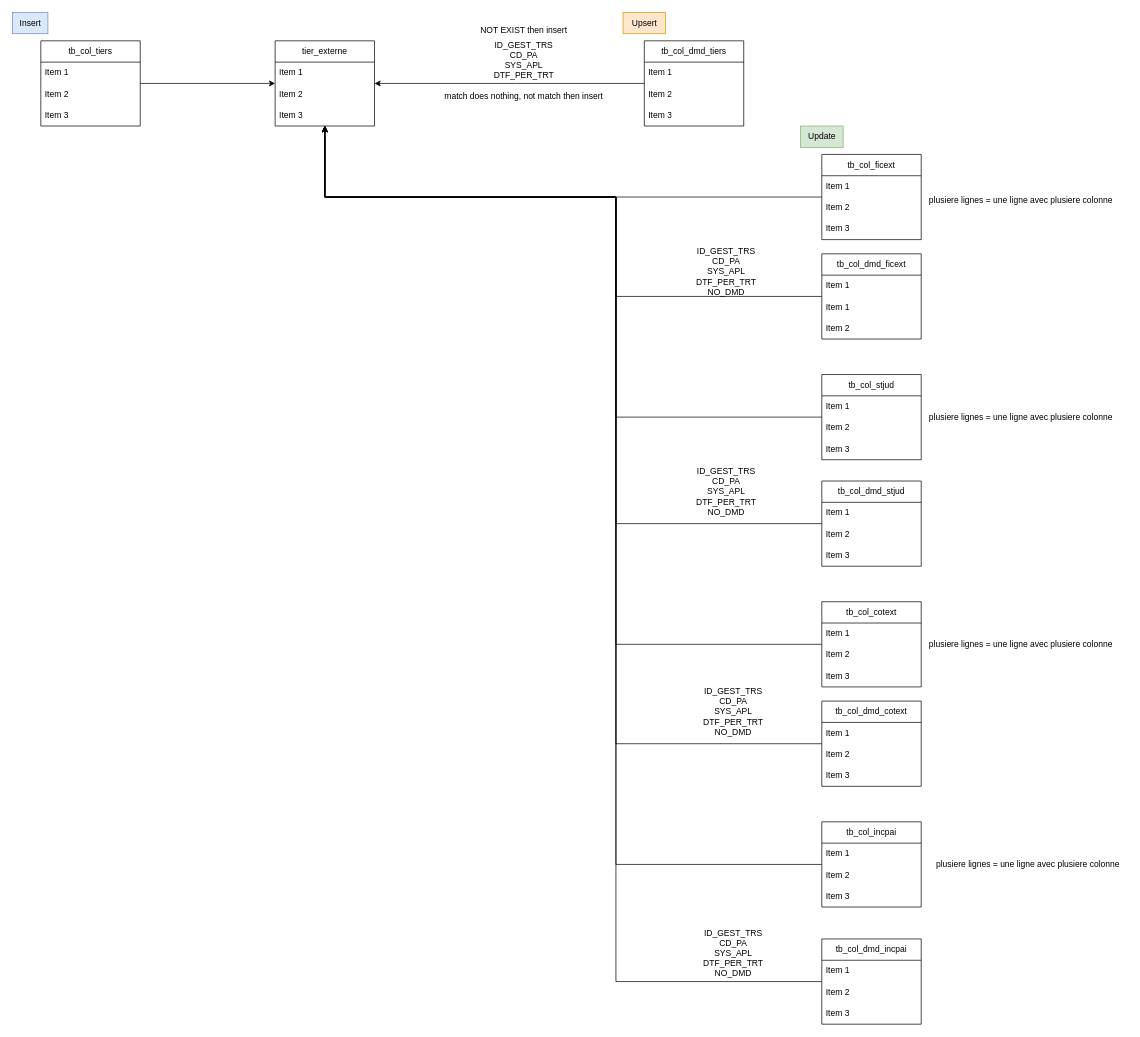
The draw.io diagram page "tiers_externe" (4 of 5) of schema_laurent.drawio in wunyu/drawio, before the edit. Source tidied: cells renumbered, new cells numbered last; positions are measured from the earlier drawing's top-left corner, leaving out a move shared by most shapes. Both pictures are drawn from the tidied source at 71%, with x=0, y=0 at pixel (12, 12).
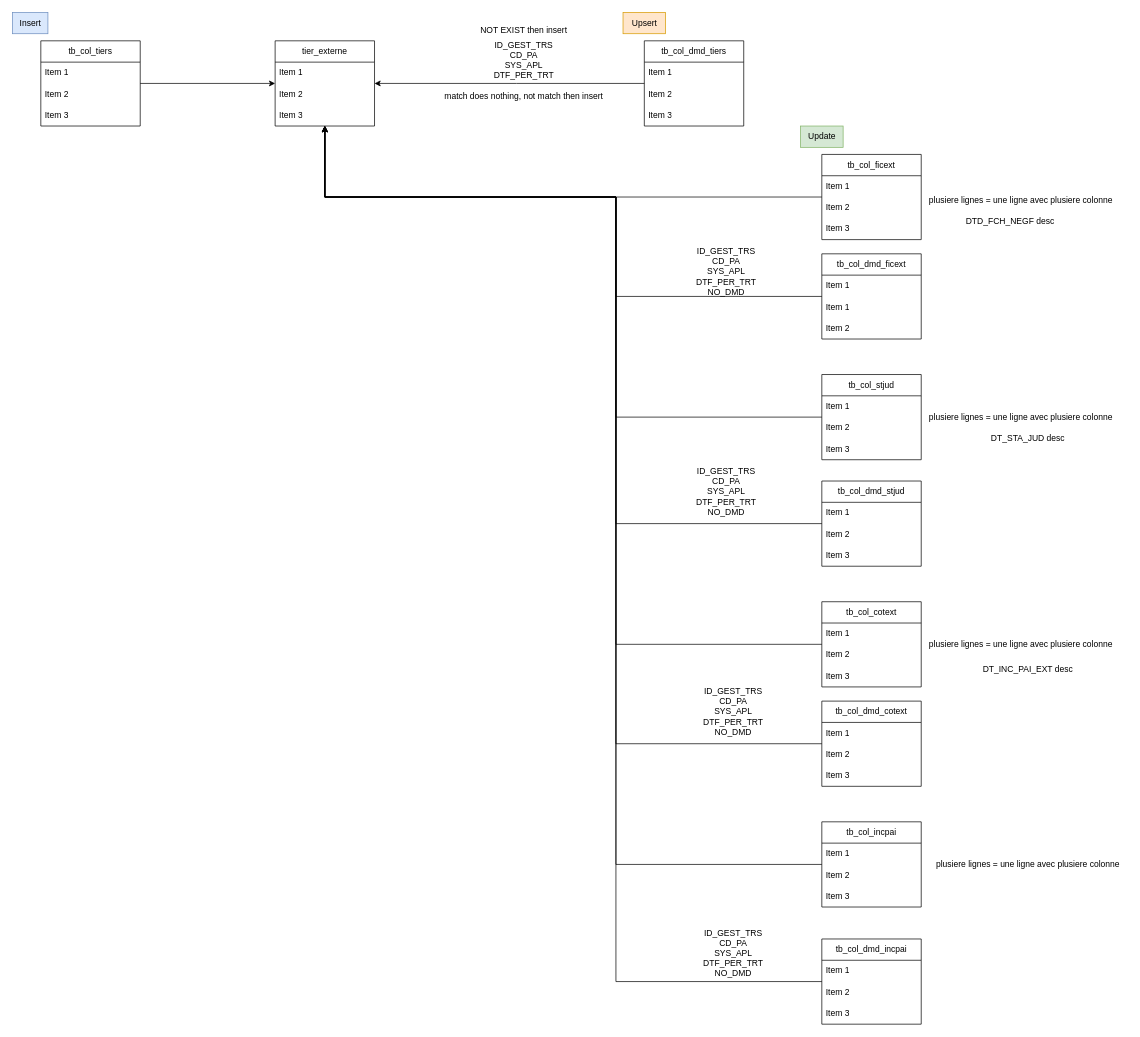
Above is the later version.

The edit, as a diff of the source:
```diff
@@
+    <mxCell id="70" value="DTD_FCH_NEGF desc" style="text;html=1;align=center;verticalAlign=middle;strokeColor=none;fillColor=none;" parent="1" vertex="1">
+      <mxGeometry x="1330" y="280" width="150" height="30" as="geometry" />
+    </mxCell>
+    <mxCell id="71" value="DT_STA_JUD desc" style="text;html=1;align=center;verticalAlign=middle;strokeColor=none;fillColor=none;" parent="1" vertex="1">
+      <mxGeometry x="1365" y="585" width="130" height="30" as="geometry" />
+    </mxCell>
+    <mxCell id="72" value="DT_INC_PAI_EXT desc" style="text;html=1;align=center;verticalAlign=middle;strokeColor=none;fillColor=none;" parent="1" vertex="1">
+      <mxGeometry x="1355" y="910" width="150" height="30" as="geometry" />
+    </mxCell>
```
